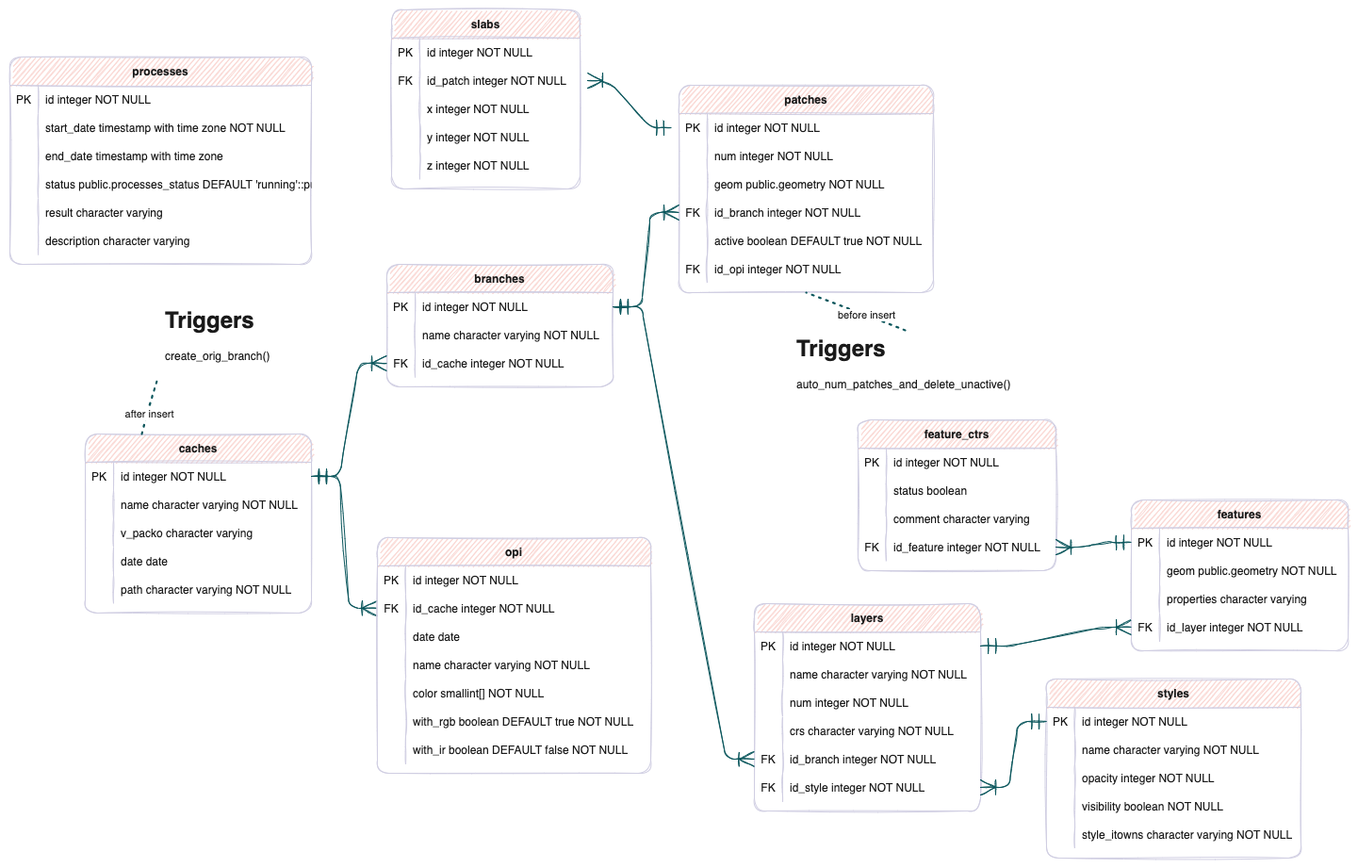
Above: doc/BD_packo.drawio.png in ign-packo/PackO (draw.io), before the change. Source tidied: cells renumbered, new cells last; positions are measured from the earlier drawing's top-left corner, leaving out a move shared by most shapes.
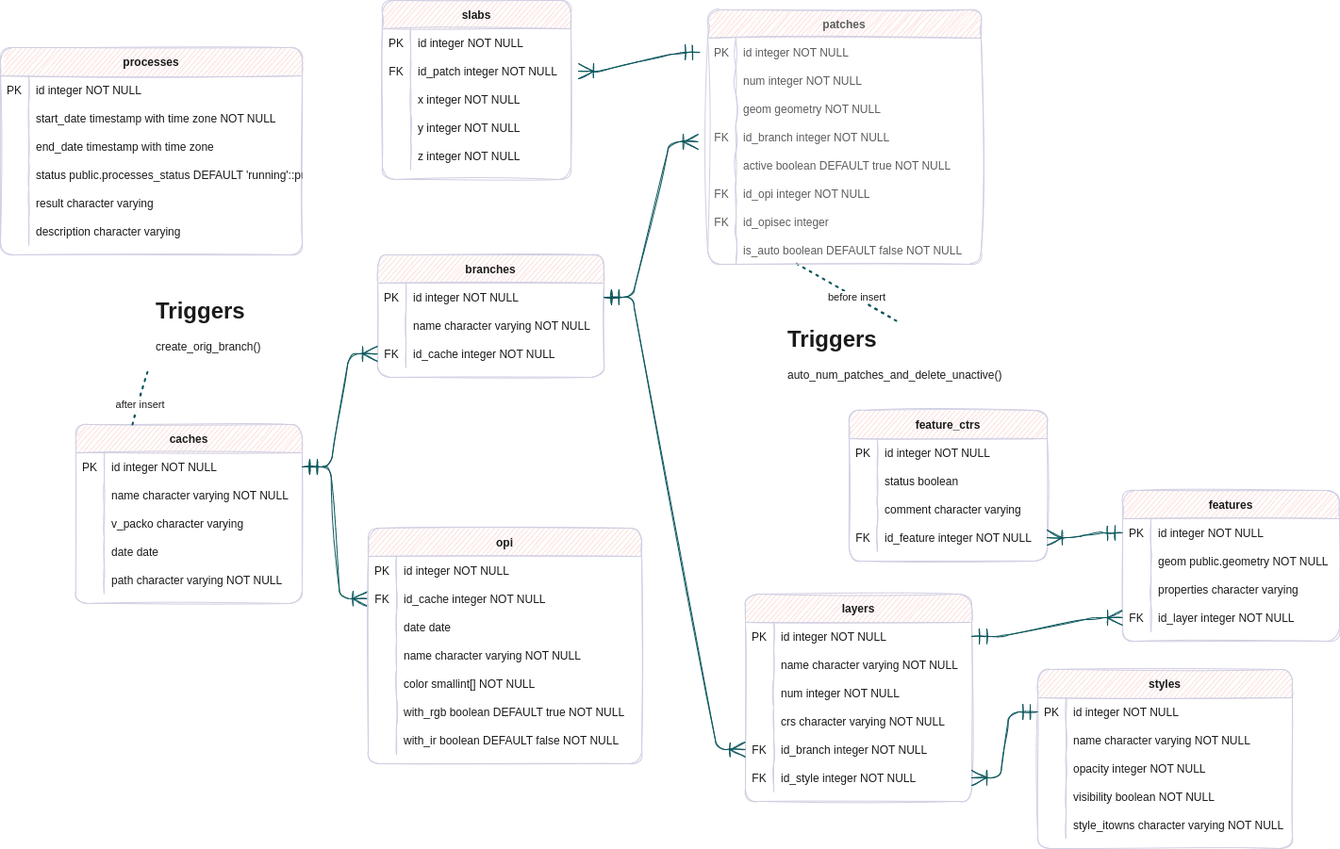
Above is the later version.

Diff of the diagram source:
```diff
@@ -128,70 +128,15 @@
     <mxCell id="43" value="z integer NOT NULL" style="shape=partialRectangle;overflow=hidden;fillColor=none;top=0;left=0;bottom=0;right=0;align=left;spacingLeft=6;sketch=1;rounded=1;strokeColor=#D0CEE2;fontColor=#1A1A1A;" parent="41" vertex="1">
       <mxGeometry x="30" width="170" height="30" as="geometry" />
     </mxCell>
-    <mxCell id="44" value="patches" style="shape=table;startSize=30;rowLines=0;fontStyle=1;align=center;sketch=1;rounded=1;fillColor=#FAD9D5;strokeColor=#D0CEE2;fontColor=#1A1A1A;" parent="1" vertex="1">
-      <mxGeometry x="710" y="80" width="270" height="220" as="geometry" />
-    </mxCell>
-    <mxCell id="45" style="shape=partialRectangle;fillColor=none;points=[[0,0.5],[1,0.5]];portConstraint=eastwest;top=0;left=0;right=0;bottom=0;sketch=1;rounded=1;strokeColor=#D0CEE2;fontColor=#1A1A1A;" parent="44" vertex="1">
-      <mxGeometry y="30" width="270" height="30" as="geometry" />
-    </mxCell>
-    <mxCell id="46" value="PK" style="shape=partialRectangle;overflow=hidden;fillColor=none;top=0;left=0;bottom=0;right=0;sketch=1;rounded=1;strokeColor=#D0CEE2;fontColor=#1A1A1A;" parent="45" vertex="1">
-      <mxGeometry width="30" height="30" as="geometry" />
-    </mxCell>
-    <mxCell id="47" value="id integer NOT NULL" style="shape=partialRectangle;overflow=hidden;fillColor=none;top=0;left=0;bottom=0;right=0;align=left;spacingLeft=6;sketch=1;rounded=1;strokeColor=#D0CEE2;fontColor=#1A1A1A;" parent="45" vertex="1">
-      <mxGeometry x="30" width="240" height="30" as="geometry" />
-    </mxCell>
-    <mxCell id="48" style="shape=partialRectangle;fillColor=none;top=0;left=0;right=0;bottom=0;sketch=1;rounded=1;strokeColor=#D0CEE2;fontColor=#1A1A1A;" parent="44" vertex="1">
-      <mxGeometry y="60" width="270" height="30" as="geometry" />
-    </mxCell>
-    <mxCell id="49" style="shape=partialRectangle;overflow=hidden;fillColor=none;top=0;left=0;bottom=0;right=0;sketch=1;rounded=1;strokeColor=#D0CEE2;fontColor=#1A1A1A;" parent="48" vertex="1">
-      <mxGeometry width="30" height="30" as="geometry" />
-    </mxCell>
-    <mxCell id="50" value="num integer NOT NULL" style="shape=partialRectangle;overflow=hidden;fillColor=none;top=0;left=0;bottom=0;right=0;align=left;spacingLeft=6;sketch=1;rounded=1;strokeColor=#D0CEE2;fontColor=#1A1A1A;" parent="48" vertex="1">
-      <mxGeometry x="30" width="240" height="30" as="geometry" />
-    </mxCell>
-    <mxCell id="51" style="shape=partialRectangle;fillColor=none;top=0;left=0;right=0;bottom=0;sketch=1;rounded=1;strokeColor=#D0CEE2;fontColor=#1A1A1A;" parent="44" vertex="1">
-      <mxGeometry y="90" width="270" height="30" as="geometry" />
-    </mxCell>
-    <mxCell id="52" style="shape=partialRectangle;overflow=hidden;fillColor=none;top=0;left=0;bottom=0;right=0;sketch=1;rounded=1;strokeColor=#D0CEE2;fontColor=#1A1A1A;" parent="51" vertex="1">
-      <mxGeometry width="30" height="30" as="geometry" />
-    </mxCell>
-    <mxCell id="53" value="geom public.geometry NOT NULL" style="shape=partialRectangle;overflow=hidden;fillColor=none;top=0;left=0;bottom=0;right=0;align=left;spacingLeft=6;sketch=1;rounded=1;strokeColor=#D0CEE2;fontColor=#1A1A1A;" parent="51" vertex="1">
-      <mxGeometry x="30" width="240" height="30" as="geometry" />
-    </mxCell>
-    <mxCell id="54" style="shape=partialRectangle;fillColor=none;points=[[0,0.5],[1,0.5]];portConstraint=eastwest;top=0;left=0;right=0;bottom=0;sketch=1;rounded=1;strokeColor=#D0CEE2;fontColor=#1A1A1A;" parent="44" vertex="1">
-      <mxGeometry y="120" width="270" height="30" as="geometry" />
-    </mxCell>
-    <mxCell id="55" value="FK" style="shape=partialRectangle;overflow=hidden;fillColor=none;top=0;left=0;bottom=0;right=0;sketch=1;rounded=1;strokeColor=#D0CEE2;fontColor=#1A1A1A;" parent="54" vertex="1">
-      <mxGeometry width="30" height="30" as="geometry" />
-    </mxCell>
-    <mxCell id="56" value="id_branch integer NOT NULL" style="shape=partialRectangle;overflow=hidden;fillColor=none;top=0;left=0;bottom=0;right=0;align=left;spacingLeft=6;sketch=1;rounded=1;strokeColor=#D0CEE2;fontColor=#1A1A1A;" parent="54" vertex="1">
-      <mxGeometry x="30" width="240" height="30" as="geometry" />
-    </mxCell>
-    <mxCell id="57" style="shape=partialRectangle;fillColor=none;top=0;left=0;right=0;bottom=0;sketch=1;rounded=1;strokeColor=#D0CEE2;fontColor=#1A1A1A;" parent="44" vertex="1">
-      <mxGeometry y="150" width="270" height="30" as="geometry" />
-    </mxCell>
-    <mxCell id="58" style="shape=partialRectangle;overflow=hidden;fillColor=none;top=0;left=0;bottom=0;right=0;sketch=1;rounded=1;strokeColor=#D0CEE2;fontColor=#1A1A1A;" parent="57" vertex="1">
-      <mxGeometry width="30" height="30" as="geometry" />
-    </mxCell>
-    <mxCell id="59" value="active boolean DEFAULT true NOT NULL" style="shape=partialRectangle;overflow=hidden;fillColor=none;top=0;left=0;bottom=0;right=0;align=left;spacingLeft=6;sketch=1;rounded=1;strokeColor=#D0CEE2;fontColor=#1A1A1A;" parent="57" vertex="1">
-      <mxGeometry x="30" width="240" height="30" as="geometry" />
-    </mxCell>
-    <mxCell id="60" style="shape=partialRectangle;fillColor=none;top=0;left=0;right=0;bottom=0;sketch=1;rounded=1;strokeColor=#D0CEE2;fontColor=#1A1A1A;" parent="44" vertex="1">
-      <mxGeometry y="180" width="270" height="30" as="geometry" />
-    </mxCell>
-    <mxCell id="61" value="FK" style="shape=partialRectangle;overflow=hidden;fillColor=none;top=0;left=0;bottom=0;right=0;sketch=1;rounded=1;strokeColor=#D0CEE2;fontColor=#1A1A1A;" parent="60" vertex="1">
-      <mxGeometry width="30" height="30" as="geometry" />
-    </mxCell>
-    <mxCell id="62" value="id_opi integer NOT NULL" style="shape=partialRectangle;overflow=hidden;fillColor=none;top=0;left=0;bottom=0;right=0;align=left;spacingLeft=6;sketch=1;rounded=1;strokeColor=#D0CEE2;fontColor=#1A1A1A;" parent="60" vertex="1">
-      <mxGeometry x="30" width="240" height="30" as="geometry" />
-    </mxCell>
     <mxCell id="63" value="&lt;pre style=&quot;overflow-wrap: break-word&quot;&gt;&lt;br&gt;&lt;/pre&gt;" style="text;html=1;align=center;verticalAlign=middle;strokeColor=none;fillColor=none;sketch=1;fontColor=#1A1A1A;" parent="1" vertex="1">
       <mxGeometry x="585" y="390" width="20" height="40" as="geometry" />
     </mxCell>
-    <mxCell id="64" style="edgeStyle=entityRelationEdgeStyle;fontSize=12;html=1;endArrow=ERoneToMany;startArrow=ERmandOne;startSize=14;endSize=14;sourcePerimeterSpacing=8;targetPerimeterSpacing=8;entryX=0;entryY=0.5;entryDx=0;entryDy=0;exitX=1;exitY=0.5;exitDx=0;exitDy=0;sketch=1;strokeColor=#09555B;fontColor=#1A1A1A;" parent="1" edge="1" source="3" target="54">
-      <mxGeometry relative="1" as="geometry" />
+    <mxCell id="64" style="edgeStyle=entityRelationEdgeStyle;fontSize=12;html=1;endArrow=ERoneToMany;startArrow=ERmandOne;startSize=14;endSize=14;sourcePerimeterSpacing=8;targetPerimeterSpacing=8;exitX=1;exitY=0.5;exitDx=0;exitDy=0;sketch=1;strokeColor=#09555B;fontColor=#1A1A1A;" parent="1" edge="1" source="3">
+      <mxGeometry relative="1" as="geometry">
+        <mxPoint x="740" y="150" as="targetPoint" />
+      </mxGeometry>
     </mxCell>
-    <mxCell id="65" style="edgeStyle=entityRelationEdgeStyle;fontSize=12;html=1;endArrow=ERoneToMany;startArrow=ERmandOne;startSize=14;endSize=14;sourcePerimeterSpacing=8;targetPerimeterSpacing=8;sketch=1;strokeColor=#09555B;fontColor=#1A1A1A;" parent="1" edge="1" source="45" target="32">
+    <mxCell id="65" style="edgeStyle=entityRelationEdgeStyle;fontSize=12;html=1;endArrow=ERoneToMany;startArrow=ERmandOne;startSize=14;endSize=14;sourcePerimeterSpacing=8;targetPerimeterSpacing=8;sketch=1;strokeColor=#09555B;fontColor=#1A1A1A;" parent="1" edge="1" source="180" target="32">
       <mxGeometry relative="1" as="geometry" />
     </mxCell>
     <mxCell id="66" style="edgeStyle=entityRelationEdgeStyle;fontSize=12;html=1;endArrow=ERoneToMany;startArrow=ERmandOne;startSize=14;endSize=14;sourcePerimeterSpacing=8;targetPerimeterSpacing=8;entryX=0;entryY=0.5;entryDx=0;entryDy=0;exitX=1;exitY=0.5;exitDx=0;exitDy=0;sketch=1;strokeColor=#09555B;fontColor=#1A1A1A;" parent="1" edge="1" source="13" target="148">
@@ -209,7 +154,7 @@
     <mxCell id="70" value="after insert" style="edgeLabel;html=1;align=center;verticalAlign=middle;sketch=1;fontColor=#1A1A1A;" parent="69" vertex="1">
       <mxGeometry x="-0.2" y="-1" relative="1" as="geometry" />
     </mxCell>
-    <mxCell id="71" style="endArrow=none;dashed=1;html=1;dashPattern=1 3;strokeWidth=2;startSize=14;endSize=14;sourcePerimeterSpacing=8;targetPerimeterSpacing=8;entryX=0.5;entryY=1;entryDx=0;entryDy=0;exitX=0.5;exitY=0;exitDx=0;exitDy=0;sketch=1;strokeColor=#09555B;fontColor=#1A1A1A;" parent="1" edge="1" source="73" target="44">
+    <mxCell id="71" style="endArrow=none;dashed=1;html=1;dashPattern=1 3;strokeWidth=2;startSize=14;endSize=14;sourcePerimeterSpacing=8;targetPerimeterSpacing=8;entryX=0.317;entryY=0.933;entryDx=0;entryDy=0;exitX=0.5;exitY=0;exitDx=0;exitDy=0;sketch=1;strokeColor=#09555B;fontColor=#1A1A1A;entryPerimeter=0;" parent="1" edge="1" source="73" target="195">
       <mxGeometry relative="1" as="geometry" />
     </mxCell>
     <mxCell id="72" value="before insert" style="edgeLabel;html=1;align=center;verticalAlign=middle;sketch=1;fontColor=#1A1A1A;" parent="71" vertex="1">
@@ -536,5 +481,80 @@
     <mxCell id="179" style="edgeStyle=entityRelationEdgeStyle;fontSize=12;html=1;endArrow=ERoneToMany;startArrow=ERmandOne;startSize=14;endSize=14;sourcePerimeterSpacing=8;targetPerimeterSpacing=8;exitX=0;exitY=0.5;exitDx=0;exitDy=0;entryX=1;entryY=0.5;entryDx=0;entryDy=0;sketch=1;strokeColor=#09555B;fontColor=#1A1A1A;" parent="1" edge="1" source="94" target="176">
       <mxGeometry relative="1" as="geometry" />
     </mxCell>
+    <mxCell id="44" value="patches" style="shape=table;startSize=30;rowLines=0;fontStyle=1;align=center;sketch=1;curveFitting=1;jiggle=2;rounded=1;labelBackgroundColor=none;fillColor=#FAD9D5;strokeColor=#D0CEE2;fontColor=#5C5C5C;" parent="1" vertex="1">
+      <mxGeometry x="750" y="10" width="290" height="270" as="geometry" />
+    </mxCell>
+    <mxCell id="180" style="shape=tableRow;horizontal=0;startSize=0;swimlaneHead=0;swimlaneBody=0;fillColor=none;points=[[0,0.5],[1,0.5]];portConstraint=eastwest;strokeColor=#006658;top=0;left=0;right=0;bottom=0;sketch=1;curveFitting=1;jiggle=2;rounded=1;labelBackgroundColor=none;fontColor=#5C5C5C;" parent="44" vertex="1">
+      <mxGeometry y="30" width="290" height="30" as="geometry" />
+    </mxCell>
+    <mxCell id="46" value="PK" style="shape=partialRectangle;overflow=hidden;fillColor=none;strokeColor=#006658;top=0;left=0;bottom=0;right=0;sketch=1;curveFitting=1;jiggle=2;rounded=1;labelBackgroundColor=none;fontColor=#5C5C5C;" parent="180" vertex="1">
+      <mxGeometry width="30" height="30" as="geometry" />
+    </mxCell>
+    <mxCell id="47" value="id integer NOT NULL" style="shape=partialRectangle;overflow=hidden;fillColor=none;align=left;strokeColor=#006658;top=0;left=0;bottom=0;right=0;spacingLeft=6;sketch=1;curveFitting=1;jiggle=2;rounded=1;labelBackgroundColor=none;fontColor=#5C5C5C;" parent="180" vertex="1">
+      <mxGeometry x="30" width="260" height="30" as="geometry" />
+    </mxCell>
+    <mxCell id="181" style="shape=tableRow;horizontal=0;startSize=0;swimlaneHead=0;swimlaneBody=0;fillColor=none;strokeColor=#006658;top=0;left=0;right=0;bottom=0;sketch=1;curveFitting=1;jiggle=2;rounded=1;labelBackgroundColor=none;fontColor=#5C5C5C;" parent="44" vertex="1">
+      <mxGeometry y="60" width="290" height="30" as="geometry" />
+    </mxCell>
+    <mxCell id="182" style="shape=partialRectangle;overflow=hidden;fillColor=none;strokeColor=#006658;top=0;left=0;bottom=0;right=0;sketch=1;curveFitting=1;jiggle=2;rounded=1;labelBackgroundColor=none;fontColor=#5C5C5C;" parent="181" vertex="1">
+      <mxGeometry width="30" height="30" as="geometry" />
+    </mxCell>
+    <mxCell id="50" value="num integer NOT NULL" style="shape=partialRectangle;overflow=hidden;fillColor=none;align=left;strokeColor=#006658;top=0;left=0;bottom=0;right=0;spacingLeft=6;sketch=1;curveFitting=1;jiggle=2;rounded=1;labelBackgroundColor=none;fontColor=#5C5C5C;" parent="181" vertex="1">
+      <mxGeometry x="30" width="260" height="30" as="geometry" />
+    </mxCell>
+    <mxCell id="183" style="shape=tableRow;horizontal=0;startSize=0;swimlaneHead=0;swimlaneBody=0;fillColor=none;strokeColor=#006658;top=0;left=0;right=0;bottom=0;sketch=1;curveFitting=1;jiggle=2;rounded=1;labelBackgroundColor=none;fontColor=#5C5C5C;" parent="44" vertex="1">
+      <mxGeometry y="90" width="290" height="30" as="geometry" />
+    </mxCell>
+    <mxCell id="184" style="shape=partialRectangle;overflow=hidden;fillColor=none;strokeColor=#006658;top=0;left=0;bottom=0;right=0;sketch=1;curveFitting=1;jiggle=2;rounded=1;labelBackgroundColor=none;fontColor=#5C5C5C;" parent="183" vertex="1">
+      <mxGeometry width="30" height="30" as="geometry" />
+    </mxCell>
+    <mxCell id="185" value="geom geometry NOT NULL" style="shape=partialRectangle;overflow=hidden;fillColor=none;align=left;strokeColor=#006658;top=0;left=0;bottom=0;right=0;spacingLeft=6;sketch=1;curveFitting=1;jiggle=2;rounded=1;labelBackgroundColor=none;fontColor=#5C5C5C;" parent="183" vertex="1">
+      <mxGeometry x="30" width="260" height="30" as="geometry" />
+    </mxCell>
+    <mxCell id="186" style="shape=tableRow;horizontal=0;startSize=0;swimlaneHead=0;swimlaneBody=0;fillColor=none;strokeColor=#006658;top=0;left=0;right=0;bottom=0;sketch=1;curveFitting=1;jiggle=2;rounded=1;labelBackgroundColor=none;fontColor=#5C5C5C;" parent="44" vertex="1">
+      <mxGeometry y="120" width="290" height="30" as="geometry" />
+    </mxCell>
+    <mxCell id="187" value="FK" style="shape=partialRectangle;overflow=hidden;fillColor=none;strokeColor=#006658;top=0;left=0;bottom=0;right=0;sketch=1;curveFitting=1;jiggle=2;rounded=1;labelBackgroundColor=none;fontColor=#5C5C5C;" parent="186" vertex="1">
+      <mxGeometry width="30" height="30" as="geometry" />
+    </mxCell>
+    <mxCell id="56" value="id_branch integer NOT NULL" style="shape=partialRectangle;overflow=hidden;fillColor=none;align=left;strokeColor=#006658;top=0;left=0;bottom=0;right=0;spacingLeft=6;sketch=1;curveFitting=1;jiggle=2;rounded=1;labelBackgroundColor=none;fontColor=#5C5C5C;" parent="186" vertex="1">
+      <mxGeometry x="30" width="260" height="30" as="geometry" />
+    </mxCell>
+    <mxCell id="188" style="shape=tableRow;horizontal=0;startSize=0;swimlaneHead=0;swimlaneBody=0;fillColor=none;strokeColor=#006658;top=0;left=0;right=0;bottom=0;sketch=1;curveFitting=1;jiggle=2;rounded=1;labelBackgroundColor=none;fontColor=#5C5C5C;" parent="44" vertex="1">
+      <mxGeometry y="150" width="290" height="30" as="geometry" />
+    </mxCell>
+    <mxCell id="189" style="shape=partialRectangle;overflow=hidden;fillColor=none;strokeColor=#006658;top=0;left=0;bottom=0;right=0;sketch=1;curveFitting=1;jiggle=2;rounded=1;labelBackgroundColor=none;fontColor=#5C5C5C;" parent="188" vertex="1">
+      <mxGeometry width="30" height="30" as="geometry" />
+    </mxCell>
+    <mxCell id="59" value="active boolean DEFAULT true NOT NULL" style="shape=partialRectangle;overflow=hidden;fillColor=none;align=left;strokeColor=#006658;top=0;left=0;bottom=0;right=0;spacingLeft=6;sketch=1;curveFitting=1;jiggle=2;rounded=1;labelBackgroundColor=none;fontColor=#5C5C5C;" parent="188" vertex="1">
+      <mxGeometry x="30" width="260" height="30" as="geometry" />
+    </mxCell>
+    <mxCell id="190" style="shape=tableRow;horizontal=0;startSize=0;swimlaneHead=0;swimlaneBody=0;fillColor=none;strokeColor=#006658;top=0;left=0;right=0;bottom=0;sketch=1;curveFitting=1;jiggle=2;rounded=1;labelBackgroundColor=none;fontColor=#5C5C5C;" parent="44" vertex="1">
+      <mxGeometry y="180" width="290" height="30" as="geometry" />
+    </mxCell>
+    <mxCell id="191" value="FK" style="shape=partialRectangle;overflow=hidden;fillColor=none;strokeColor=#006658;top=0;left=0;bottom=0;right=0;sketch=1;curveFitting=1;jiggle=2;rounded=1;labelBackgroundColor=none;fontColor=#5C5C5C;" parent="190" vertex="1">
+      <mxGeometry width="30" height="30" as="geometry" />
+    </mxCell>
+    <mxCell id="62" value="id_opi integer NOT NULL" style="shape=partialRectangle;overflow=hidden;fillColor=none;align=left;strokeColor=#006658;top=0;left=0;bottom=0;right=0;spacingLeft=6;sketch=1;curveFitting=1;jiggle=2;rounded=1;labelBackgroundColor=none;fontColor=#5C5C5C;" parent="190" vertex="1">
+      <mxGeometry x="30" width="260" height="30" as="geometry" />
+    </mxCell>
+    <mxCell id="192" style="shape=tableRow;horizontal=0;startSize=0;swimlaneHead=0;swimlaneBody=0;fillColor=none;strokeColor=#006658;top=0;left=0;right=0;bottom=0;sketch=1;curveFitting=1;jiggle=2;rounded=1;labelBackgroundColor=none;fontColor=#5C5C5C;" parent="44" vertex="1">
+      <mxGeometry y="210" width="290" height="30" as="geometry" />
+    </mxCell>
+    <mxCell id="193" value="FK" style="shape=partialRectangle;overflow=hidden;fillColor=none;strokeColor=#006658;top=0;left=0;bottom=0;right=0;sketch=1;curveFitting=1;jiggle=2;rounded=1;labelBackgroundColor=none;fontColor=#5C5C5C;" parent="192" vertex="1">
+      <mxGeometry width="30" height="30" as="geometry" />
+    </mxCell>
+    <mxCell id="194" value="id_opisec integer" style="shape=partialRectangle;overflow=hidden;fillColor=none;align=left;strokeColor=#006658;top=0;left=0;bottom=0;right=0;spacingLeft=6;sketch=1;curveFitting=1;jiggle=2;rounded=1;labelBackgroundColor=none;fontColor=#5C5C5C;" parent="192" vertex="1">
+      <mxGeometry x="30" width="260" height="30" as="geometry" />
+    </mxCell>
+    <mxCell id="195" style="shape=tableRow;horizontal=0;startSize=0;swimlaneHead=0;swimlaneBody=0;fillColor=none;points=[[0,0.5],[1,0.5]];portConstraint=eastwest;strokeColor=#006658;top=0;left=0;right=0;bottom=0;sketch=1;curveFitting=1;jiggle=2;rounded=1;labelBackgroundColor=none;fontColor=#5C5C5C;" parent="44" vertex="1">
+      <mxGeometry y="240" width="290" height="30" as="geometry" />
+    </mxCell>
+    <mxCell id="196" style="shape=partialRectangle;overflow=hidden;fillColor=none;strokeColor=#006658;top=0;left=0;bottom=0;right=0;sketch=1;curveFitting=1;jiggle=2;rounded=1;labelBackgroundColor=none;fontColor=#5C5C5C;" parent="195" vertex="1">
+      <mxGeometry width="30" height="30" as="geometry" />
+    </mxCell>
+    <mxCell id="197" value="is_auto boolean DEFAULT false NOT NULL" style="shape=partialRectangle;overflow=hidden;fillColor=none;align=left;strokeColor=#006658;top=0;left=0;bottom=0;right=0;spacingLeft=6;sketch=1;curveFitting=1;jiggle=2;rounded=1;labelBackgroundColor=none;fontColor=#5C5C5C;" parent="195" vertex="1">
+      <mxGeometry x="30" width="260" height="30" as="geometry" />
+    </mxCell>
   </root>
 </mxGraphModel>
```
